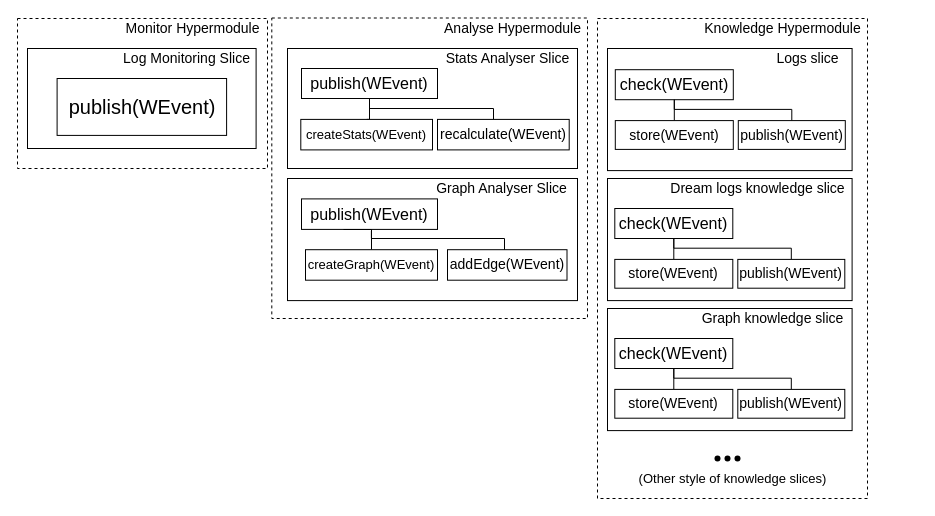
Before: fig/drawio/hyperslicing.drawio in Sylv-Lej/thesis-separation-concerns, a draw.io diagram. Source tidied: cells renumbered, new cells numbered last; positions are measured from the earlier drawing's top-left corner, leaving out a move shared by most shapes. Both pictures are drawn from the tidied source at 100%, with x=0, y=0 at pixel (17, 17).
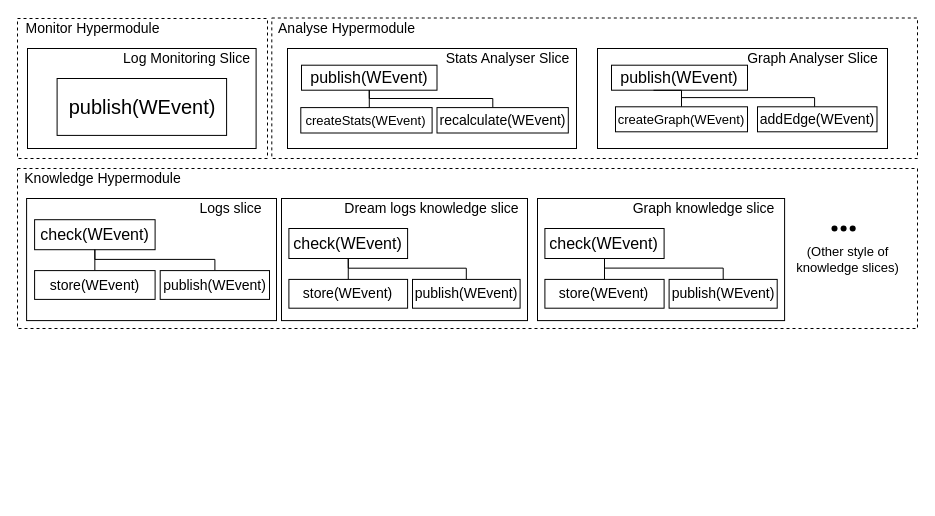
The same diagram, later.

The edit, as a diff of the source:
```diff
@@
     <mxCell id="2" style="whiteSpace=wrap;html=1;dashed=1;" parent="1" vertex="1">
-      <mxGeometry y="1" width="250" height="150" as="geometry" />
+      <mxGeometry y="1" width="250" height="140" as="geometry" />
     </mxCell>
-    <mxCell id="3" style="whiteSpace=wrap;html=1;dashed=1;" parent="1" vertex="1">
-      <mxGeometry x="580" y="1" width="270" height="480" as="geometry" />
-    </mxCell>
-    <mxCell id="4" value="&lt;font style=&quot;font-size: 14px;&quot;&gt;Knowledge Hypermodule&lt;/font&gt;" style="text;html=1;align=center;verticalAlign=middle;strokeColor=none;fillColor=none;" parent="1" vertex="1">
-      <mxGeometry x="680" y="1" width="170" height="20" as="geometry" />
-    </mxCell>
     <mxCell id="5" value="&lt;font style=&quot;font-size: 14px;&quot;&gt;Monitor Hypermodule&lt;/font&gt;" style="text;html=1;align=center;verticalAlign=middle;strokeColor=none;fillColor=none;" parent="1" vertex="1">
-      <mxGeometry x="100" y="1" width="150" height="20" as="geometry" />
+      <mxGeometry y="1" width="150" height="20" as="geometry" />
     </mxCell>
     <mxCell id="6" style="whiteSpace=wrap;html=1;dashed=1;" parent="1" vertex="1">
-      <mxGeometry x="254.3" y="0.5" width="315.7" height="300.5" as="geometry" />
+      <mxGeometry x="254.3" y="0.5" width="645.7" height="140.5" as="geometry" />
     </mxCell>
     <mxCell id="7" value="&lt;font style=&quot;font-size: 14px;&quot;&gt;Analyse Hypermodule&lt;/font&gt;" style="text;html=1;align=center;verticalAlign=middle;strokeColor=none;fillColor=none;" parent="1" vertex="1">
-      <mxGeometry x="420" y="1" width="150" height="20" as="geometry" />
+      <mxGeometry x="254.3" y="1" width="150" height="20" as="geometry" />
     </mxCell>
-    <mxCell id="8" style="group;" parent="1" vertex="1">
-      <mxGeometry x="270" y="161" width="290" height="122.1" as="geometry" />
-    </mxCell>
-    <mxCell id="9" style="rounded=0;whiteSpace=wrap;html=1;" parent="8" vertex="1">
-      <mxGeometry width="290" height="122.1" as="geometry" />
-    </mxCell>
-    <mxCell id="10" value="&lt;font style=&quot;font-size: 14px;&quot;&gt;Graph Analyser Slice&lt;/font&gt;" style="text;html=1;align=center;verticalAlign=middle;strokeColor=none;fillColor=none;" parent="8" vertex="1">
-      <mxGeometry x="138.9" y="0.3" width="150" height="20" as="geometry" />
-    </mxCell>
-    <mxCell id="11" value="&lt;span style=&quot;font-size: 16px;&quot;&gt;publish(WEvent)&lt;/span&gt;" style="whiteSpace=wrap;html=1;" parent="8" vertex="1">
-      <mxGeometry x="14" y="20.4" width="136" height="30.5" as="geometry" />
-    </mxCell>
-    <mxCell id="12" style="edgeStyle=orthogonalEdgeStyle;rounded=0;jettySize=auto;html=1;entryX=0.5;entryY=0;entryDx=0;entryDy=0;fontSize=11;endArrow=none;endFill=0;" parent="8" edge="1" target="13">
-      <mxGeometry relative="1" as="geometry">
-        <mxPoint x="56" y="51" as="sourcePoint" />
-      </mxGeometry>
-    </mxCell>
-    <mxCell id="13" value="&lt;font style=&quot;font-size: 13px;&quot;&gt;createGraph(WEvent)&lt;/font&gt;" style="whiteSpace=wrap;html=1;" parent="8" vertex="1">
-      <mxGeometry x="18" y="71.2" width="132" height="30.5" as="geometry" />
-    </mxCell>
-    <mxCell id="14" value="&lt;font style=&quot;font-size: 14px;&quot;&gt;addEdge(WEvent)&lt;/font&gt;" style="whiteSpace=wrap;html=1;" parent="8" vertex="1">
-      <mxGeometry x="160" y="71.2" width="119.5" height="30.5" as="geometry" />
-    </mxCell>
@@
     <mxCell id="19" style="group;" parent="1" vertex="1">
-      <mxGeometry x="270" y="31" width="290" height="120" as="geometry" />
+      <mxGeometry x="270" y="31" width="289" height="100" as="geometry" />
     </mxCell>
     <mxCell id="20" style="rounded=0;whiteSpace=wrap;html=1;" parent="19" vertex="1">
-      <mxGeometry width="290" height="120" as="geometry" />
+      <mxGeometry width="289" height="100" as="geometry" />
     </mxCell>
     <mxCell id="21" value="&lt;font style=&quot;font-size: 14px;&quot;&gt;Stats Analyser Slice&lt;/font&gt;" style="text;html=1;align=center;verticalAlign=middle;strokeColor=none;fillColor=none;" parent="19" vertex="1">
-      <mxGeometry x="150" width="140" height="20" as="geometry" />
+      <mxGeometry x="149.5" width="140" height="20" as="geometry" />
     </mxCell>
     <mxCell id="22" value="&lt;span style=&quot;font-size: 16px;&quot;&gt;publish(WEvent)&lt;/span&gt;" style="whiteSpace=wrap;html=1;" parent="19" vertex="1">
-      <mxGeometry x="14" y="20" width="136" height="30" as="geometry" />
+      <mxGeometry x="14" y="16.7" width="135.5" height="25" as="geometry" />
     </mxCell>
@@
     <mxCell id="24" value="&lt;font style=&quot;font-size: 13px;&quot;&gt;createStats(WEvent)&lt;/font&gt;" style="whiteSpace=wrap;html=1;" parent="19" vertex="1">
-      <mxGeometry x="13.3" y="70.9" width="131.7" height="30.5" as="geometry" />
+      <mxGeometry x="13.3" y="59.1" width="131.3" height="25.4" as="geometry" />
     </mxCell>
     <mxCell id="25" style="edgeStyle=orthogonalEdgeStyle;rounded=0;jettySize=auto;html=1;entryX=0.5;entryY=1;entryDx=0;entryDy=0;fontSize=14;endArrow=none;endFill=0;" parent="19" edge="1" source="26" target="22">
       <mxGeometry relative="1" as="geometry">
         <Array as="points">
-          <mxPoint x="206" y="60" />
-          <mxPoint x="82" y="60" />
+          <mxPoint x="205.3" y="50" />
+          <mxPoint x="81.7" y="50" />
         </Array>
       </mxGeometry>
     </mxCell>
     <mxCell id="26" value="&lt;font style=&quot;font-size: 14px;&quot;&gt;recalculate(WEvent)&lt;/font&gt;" style="whiteSpace=wrap;html=1;" parent="19" vertex="1">
-      <mxGeometry x="150" y="70.9" width="131.7" height="30.5" as="geometry" />
+      <mxGeometry x="149.5" y="59.1" width="131.3" height="25.4" as="geometry" />
     </mxCell>
+    <mxCell id="58" style="group;" parent="1" vertex="1">
+      <mxGeometry x="580" y="31" width="290" height="100" as="geometry" />
+    </mxCell>
+    <mxCell id="9" style="rounded=0;whiteSpace=wrap;html=1;" parent="58" vertex="1">
+      <mxGeometry width="290" height="100" as="geometry" />
+    </mxCell>
+    <mxCell id="10" value="&lt;font style=&quot;font-size: 14px;&quot;&gt;Graph Analyser Slice&lt;/font&gt;" style="text;html=1;align=center;verticalAlign=middle;strokeColor=none;fillColor=none;" parent="58" vertex="1">
+      <mxGeometry x="140" width="150" height="20" as="geometry" />
+    </mxCell>
+    <mxCell id="11" value="&lt;span style=&quot;font-size: 16px;&quot;&gt;publish(WEvent)&lt;/span&gt;" style="whiteSpace=wrap;html=1;" parent="58" vertex="1">
+      <mxGeometry x="14" y="16.7" width="136" height="25" as="geometry" />
+    </mxCell>
+    <mxCell id="12" style="edgeStyle=orthogonalEdgeStyle;rounded=0;jettySize=auto;html=1;entryX=0.5;entryY=0;entryDx=0;entryDy=0;fontSize=11;endArrow=none;endFill=0;" parent="58" edge="1" target="13">
+      <mxGeometry relative="1" as="geometry">
+        <mxPoint x="56" y="41.8" as="sourcePoint" />
+      </mxGeometry>
+    </mxCell>
+    <mxCell id="13" value="&lt;font style=&quot;font-size: 13px;&quot;&gt;createGraph(WEvent)&lt;/font&gt;" style="whiteSpace=wrap;html=1;" parent="58" vertex="1">
+      <mxGeometry x="18" y="58.3" width="132" height="25" as="geometry" />
+    </mxCell>
+    <mxCell id="14" value="&lt;font style=&quot;font-size: 14px;&quot;&gt;addEdge(WEvent)&lt;/font&gt;" style="whiteSpace=wrap;html=1;" parent="58" vertex="1">
+      <mxGeometry x="160" y="58.3" width="119.5" height="25" as="geometry" />
+    </mxCell>
-    <mxCell id="27" style="edgeStyle=orthogonalEdgeStyle;rounded=0;orthogonalLoop=1;jettySize=auto;html=1;fontSize=14;endArrow=none;endFill=0;entryX=0.499;entryY=1.05;entryDx=0;entryDy=0;entryPerimeter=0;" parent="1" edge="1">
+    <mxCell id="27" style="edgeStyle=orthogonalEdgeStyle;rounded=0;orthogonalLoop=1;jettySize=auto;html=1;fontSize=14;endArrow=none;endFill=0;entryX=0.499;entryY=1.05;entryDx=0;entryDy=0;entryPerimeter=0;" parent="58" edge="1">
       <mxGeometry relative="1" as="geometry">
-        <mxPoint x="487" y="232.2" as="sourcePoint" />
-        <mxPoint x="353.9" y="213.4" as="targetPoint" />
+        <mxPoint x="217.1" y="58.3" as="sourcePoint" />
+        <mxPoint x="84" y="42.9" as="targetPoint" />
         <Array as="points">
-          <mxPoint x="487" y="221" />
-          <mxPoint x="354" y="221" />
+          <mxPoint x="217.1" y="49.1" />
+          <mxPoint x="84.1" y="49.1" />
         </Array>
       </mxGeometry>
     </mxCell>
+    <mxCell id="3" style="whiteSpace=wrap;html=1;dashed=1;" parent="1" vertex="1">
+      <mxGeometry y="151" width="900" height="160" as="geometry" />
+    </mxCell>
+    <mxCell id="4" value="&lt;font style=&quot;font-size: 14px;&quot;&gt;Knowledge Hypermodule&lt;/font&gt;" style="text;html=1;align=center;verticalAlign=middle;strokeColor=none;fillColor=none;" parent="1" vertex="1">
+      <mxGeometry y="151" width="170" height="20" as="geometry" />
+    </mxCell>
     <mxCell id="28" style="edgeStyle=orthogonalEdgeStyle;rounded=0;jettySize=auto;html=1;exitX=0.5;exitY=0;exitDx=0;exitDy=0;fontSize=13;endArrow=none;endFill=0;" parent="1" edge="1" source="34">
       <mxGeometry relative="1" as="geometry">
-        <mxPoint x="659" y="81" as="targetPoint" />
+        <mxPoint x="71.9" y="231" as="targetPoint" />
       </mxGeometry>
     </mxCell>
     <mxCell id="29" style="group;" parent="1" vertex="1">
-      <mxGeometry x="590" y="31" width="245.6" height="122.1" as="geometry" />
+      <mxGeometry x="9.1" y="181" width="250.9" height="122.1" as="geometry" />
     </mxCell>
     <mxCell id="30" style="rounded=0;whiteSpace=wrap;html=1;" parent="29" vertex="1">
-      <mxGeometry width="244.6" height="122.1" as="geometry" />
+      <mxGeometry width="249.9" height="122.1" as="geometry" />
     </mxCell>
     <mxCell id="31" value="&lt;font style=&quot;font-size: 14px;&quot;&gt;Logs slice&lt;/font&gt;" style="text;html=1;align=center;verticalAlign=middle;strokeColor=none;fillColor=none;" parent="29" vertex="1">
-      <mxGeometry x="160" width="80" height="20" as="geometry" />
+      <mxGeometry x="163.4" width="80" height="20" as="geometry" />
     </mxCell>
     <mxCell id="32" value="&lt;font style=&quot;font-size: 16px;&quot;&gt;check(WEvent)&lt;/font&gt;" style="whiteSpace=wrap;html=1;" parent="29" vertex="1">
-      <mxGeometry x="7.8" y="21.2" width="118" height="30" as="geometry" />
+      <mxGeometry x="8" y="21.2" width="120.5" height="30" as="geometry" />
     </mxCell>
@@
     <mxCell id="34" value="&lt;font style=&quot;font-size: 14px;&quot;&gt;store(WEvent)&lt;/font&gt;" style="whiteSpace=wrap;html=1;" parent="29" vertex="1">
-      <mxGeometry x="7.8" y="72.1" width="118" height="28.8" as="geometry" />
+      <mxGeometry x="8" y="72.1" width="120.5" height="28.8" as="geometry" />
     </mxCell>
     <mxCell id="35" style="edgeStyle=orthogonalEdgeStyle;rounded=0;jettySize=auto;html=1;entryX=0.5;entryY=1;entryDx=0;entryDy=0;fontSize=13;endArrow=none;endFill=0;" parent="29" edge="1" source="36" target="32">
       <mxGeometry relative="1" as="geometry">
         <Array as="points">
-          <mxPoint x="184.8" y="60.9" />
-          <mxPoint x="66.8" y="60.9" />
+          <mxPoint x="188.8" y="60.9" />
+          <mxPoint x="68.2" y="60.9" />
         </Array>
       </mxGeometry>
     </mxCell>
     <mxCell id="36" value="&lt;font style=&quot;font-size: 14px;&quot;&gt;publish(WEvent)&lt;/font&gt;" style="whiteSpace=wrap;html=1;" parent="29" vertex="1">
-      <mxGeometry x="130.8" y="72.1" width="107" height="28.8" as="geometry" />
+      <mxGeometry x="133.6" y="72.1" width="109.3" height="28.8" as="geometry" />
     </mxCell>
-    <mxCell id="37" value="(Other style of knowledge slices)" style="text;html=1;align=center;verticalAlign=middle;strokeColor=none;fillColor=none;fontSize=13;" parent="1" vertex="1">
-      <mxGeometry x="615" y="451" width="200" height="20" as="geometry" />
+    <mxCell id="37" value="(Other style of &lt;br&gt;knowledge slices)" style="text;html=1;align=center;verticalAlign=middle;strokeColor=none;fillColor=none;fontSize=13;" parent="1" vertex="1">
+      <mxGeometry x="770" y="222.1" width="120" height="40" as="geometry" />
     </mxCell>
     <mxCell id="38" style="group;" parent="1" vertex="1">
-      <mxGeometry x="680" y="421" width="60" height="40" as="geometry" />
+      <mxGeometry x="797" y="191" width="54.6" height="40" as="geometry" />
     </mxCell>
@@
     <mxCell id="40" style="shape=waypoint;sketch=0;size=6;fillColor=none;perimeter=centerPerimeter;dashed=1;fontSize=13;" parent="38" vertex="1">
-      <mxGeometry x="10" width="40" height="40" as="geometry" />
+      <mxGeometry x="9.1" width="40" height="40" as="geometry" />
     </mxCell>
     <mxCell id="41" style="shape=waypoint;sketch=0;size=6;fillColor=none;perimeter=centerPerimeter;dashed=1;fontSize=13;" parent="38" vertex="1">
-      <mxGeometry x="20" width="40" height="40" as="geometry" />
+      <mxGeometry x="18.2" width="40" height="40" as="geometry" />
     </mxCell>
-    <mxCell id="42" style="group;" parent="1" vertex="1">
-      <mxGeometry x="590" y="291" width="264.6" height="122.1" as="geometry" />
-    </mxCell>
-    <mxCell id="43" style="rounded=0;whiteSpace=wrap;html=1;" parent="42" vertex="1">
-      <mxGeometry width="244.6" height="122.1" as="geometry" />
-    </mxCell>
-    <mxCell id="44" value="&lt;font style=&quot;font-size: 14px;&quot;&gt;Graph knowledge slice&lt;/font&gt;" style="text;html=1;align=center;verticalAlign=middle;strokeColor=none;fillColor=none;" parent="42" vertex="1">
-      <mxGeometry x="84.6" width="160" height="20" as="geometry" />
-    </mxCell>
-    <mxCell id="45" value="&lt;font style=&quot;font-size: 16px;&quot;&gt;check(WEvent)&lt;/font&gt;" style="whiteSpace=wrap;html=1;" parent="42" vertex="1">
-      <mxGeometry x="7.3" y="30" width="118" height="30" as="geometry" />
-    </mxCell>
-    <mxCell id="46" style="edgeStyle=orthogonalEdgeStyle;rounded=0;jettySize=auto;html=1;exitX=0.5;exitY=0;exitDx=0;exitDy=0;entryX=0.5;entryY=1;entryDx=0;entryDy=0;fontSize=13;endArrow=none;endFill=0;" parent="42" edge="1" source="47" target="45">
-      <mxGeometry relative="1" as="geometry" />
-    </mxCell>
-    <mxCell id="47" value="&lt;font style=&quot;font-size: 14px;&quot;&gt;store(WEvent)&lt;/font&gt;" style="whiteSpace=wrap;html=1;" parent="42" vertex="1">
-      <mxGeometry x="7.3" y="80.9" width="118" height="28.8" as="geometry" />
-    </mxCell>
-    <mxCell id="48" style="edgeStyle=orthogonalEdgeStyle;rounded=0;jettySize=auto;html=1;entryX=0.5;entryY=1;entryDx=0;entryDy=0;fontSize=13;endArrow=none;endFill=0;" parent="42" edge="1" source="49" target="45">
-      <mxGeometry relative="1" as="geometry">
-        <Array as="points">
-          <mxPoint x="184.3" y="69.7" />
-          <mxPoint x="66.3" y="69.7" />
-        </Array>
-      </mxGeometry>
-    </mxCell>
-    <mxCell id="49" value="&lt;font style=&quot;font-size: 14px;&quot;&gt;publish(WEvent)&lt;/font&gt;" style="whiteSpace=wrap;html=1;" parent="42" vertex="1">
-      <mxGeometry x="130.3" y="80.9" width="107" height="28.8" as="geometry" />
-    </mxCell>
     <mxCell id="50" style="group;" parent="1" vertex="1">
-      <mxGeometry x="590" y="161" width="244.6" height="122.1" as="geometry" />
+      <mxGeometry x="264" y="181" width="246" height="122.1" as="geometry" />
     </mxCell>
     <mxCell id="51" style="rounded=0;whiteSpace=wrap;html=1;" parent="50" vertex="1">
-      <mxGeometry width="244.6" height="122.1" as="geometry" />
+      <mxGeometry width="246" height="122.1" as="geometry" />
     </mxCell>
     <mxCell id="52" value="&lt;font style=&quot;font-size: 14px;&quot;&gt;Dream logs knowledge slice&lt;/font&gt;" style="text;html=1;align=center;verticalAlign=middle;strokeColor=none;fillColor=none;" parent="50" vertex="1">
-      <mxGeometry x="54.6" width="190" height="20" as="geometry" />
+      <mxGeometry x="54.9" width="190" height="20" as="geometry" />
     </mxCell>
     <mxCell id="53" value="&lt;font style=&quot;font-size: 16px;&quot;&gt;check(WEvent)&lt;/font&gt;" style="whiteSpace=wrap;html=1;" parent="50" vertex="1">
-      <mxGeometry x="7.3" y="30" width="118" height="30" as="geometry" />
+      <mxGeometry x="7.4" y="30" width="118.7" height="30" as="geometry" />
     </mxCell>
@@
     <mxCell id="55" value="&lt;font style=&quot;font-size: 14px;&quot;&gt;store(WEvent)&lt;/font&gt;" style="whiteSpace=wrap;html=1;" parent="50" vertex="1">
-      <mxGeometry x="7.3" y="80.9" width="118" height="28.8" as="geometry" />
+      <mxGeometry x="7.4" y="80.9" width="118.7" height="28.8" as="geometry" />
     </mxCell>
     <mxCell id="56" style="edgeStyle=orthogonalEdgeStyle;rounded=0;jettySize=auto;html=1;entryX=0.5;entryY=1;entryDx=0;entryDy=0;fontSize=13;endArrow=none;endFill=0;" parent="50" edge="1" source="57" target="53">
       <mxGeometry relative="1" as="geometry">
         <Array as="points">
-          <mxPoint x="184.3" y="69.7" />
-          <mxPoint x="66.3" y="69.7" />
+          <mxPoint x="185.3" y="69.7" />
+          <mxPoint x="66.7" y="69.7" />
         </Array>
       </mxGeometry>
     </mxCell>
     <mxCell id="57" value="&lt;font style=&quot;font-size: 14px;&quot;&gt;publish(WEvent)&lt;/font&gt;" style="whiteSpace=wrap;html=1;" parent="50" vertex="1">
-      <mxGeometry x="130.3" y="80.9" width="107" height="28.8" as="geometry" />
+      <mxGeometry x="131" y="80.9" width="107.6" height="28.8" as="geometry" />
     </mxCell>
+    <mxCell id="59" style="group;" parent="1" vertex="1">
+      <mxGeometry x="520" y="181" width="250" height="122.1" as="geometry" />
+    </mxCell>
+    <mxCell id="43" style="rounded=0;whiteSpace=wrap;html=1;" parent="59" vertex="1">
+      <mxGeometry width="247.1" height="122.1" as="geometry" />
+    </mxCell>
+    <mxCell id="44" value="&lt;font style=&quot;font-size: 14px;&quot;&gt;Graph knowledge slice&lt;/font&gt;" style="text;html=1;align=center;verticalAlign=middle;strokeColor=none;fillColor=none;" parent="59" vertex="1">
+      <mxGeometry x="85.5" width="160" height="20" as="geometry" />
+    </mxCell>
+    <mxCell id="45" value="&lt;font style=&quot;font-size: 16px;&quot;&gt;check(WEvent)&lt;/font&gt;" style="whiteSpace=wrap;html=1;" parent="59" vertex="1">
+      <mxGeometry x="7.4" y="30" width="119.2" height="30" as="geometry" />
+    </mxCell>
+    <mxCell id="46" style="edgeStyle=orthogonalEdgeStyle;rounded=0;jettySize=auto;html=1;exitX=0.5;exitY=0;exitDx=0;exitDy=0;entryX=0.5;entryY=1;entryDx=0;entryDy=0;fontSize=13;endArrow=none;endFill=0;" parent="59" edge="1" source="47" target="45">
+      <mxGeometry relative="1" as="geometry" />
+    </mxCell>
+    <mxCell id="47" value="&lt;font style=&quot;font-size: 14px;&quot;&gt;store(WEvent)&lt;/font&gt;" style="whiteSpace=wrap;html=1;" parent="59" vertex="1">
+      <mxGeometry x="7.4" y="80.9" width="119.2" height="28.8" as="geometry" />
+    </mxCell>
+    <mxCell id="48" style="edgeStyle=orthogonalEdgeStyle;rounded=0;jettySize=auto;html=1;entryX=0.5;entryY=1;entryDx=0;entryDy=0;fontSize=13;endArrow=none;endFill=0;" parent="59" edge="1" source="49" target="45">
+      <mxGeometry relative="1" as="geometry">
+        <Array as="points">
+          <mxPoint x="186.2" y="69.6" />
+          <mxPoint x="67" y="69.6" />
+        </Array>
+      </mxGeometry>
+    </mxCell>
+    <mxCell id="49" value="&lt;font style=&quot;font-size: 14px;&quot;&gt;publish(WEvent)&lt;/font&gt;" style="whiteSpace=wrap;html=1;" parent="59" vertex="1">
+      <mxGeometry x="131.6" y="80.9" width="108.1" height="28.8" as="geometry" />
+    </mxCell>
```
